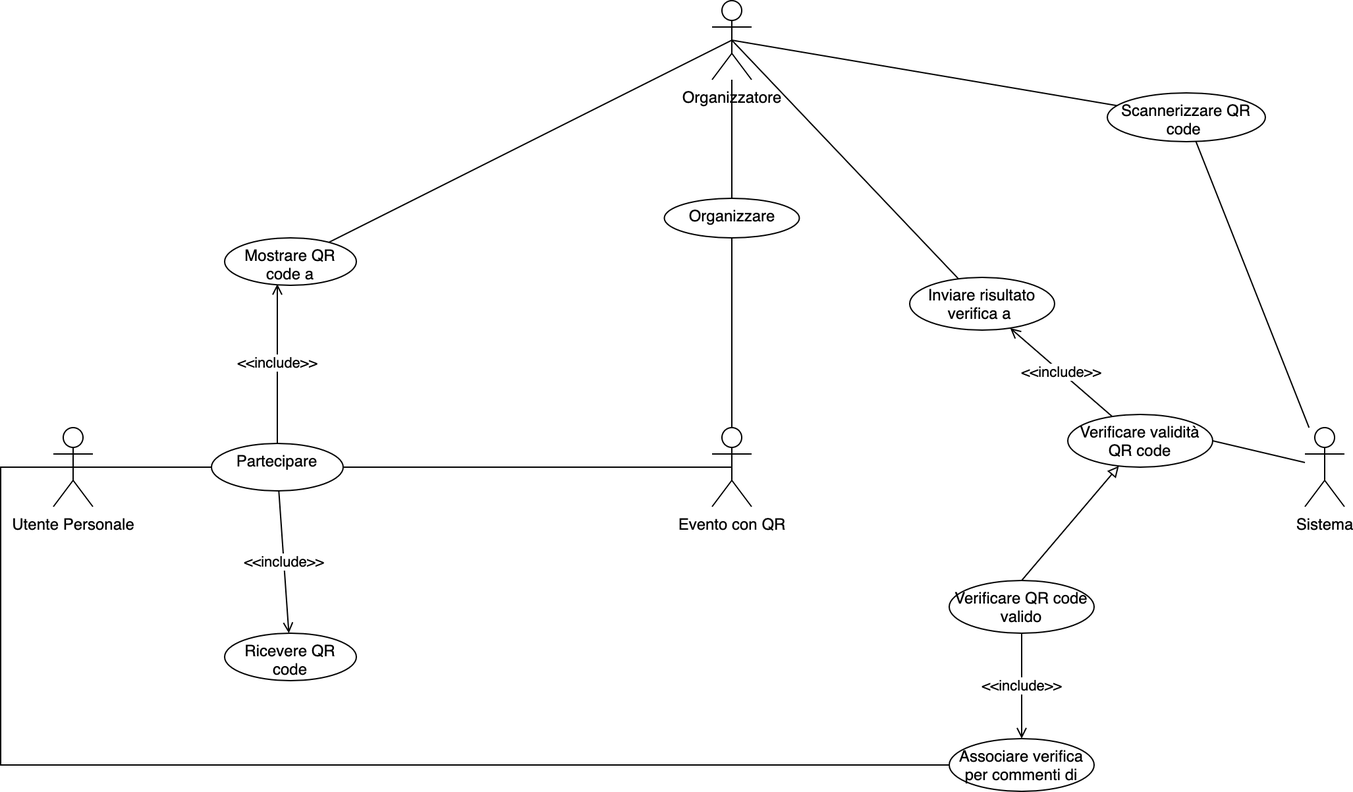
4spot-team/documentation keeps this draw.io diagram as UseCase/RF15_Iscrizione_Evento/QR_Code.png. Above is the earlier version. Source tidied: cells renumbered, new cells last; positions are measured from the earlier drawing's top-left corner, leaving out a move shared by most shapes. Its diagram source:
```xml
<mxGraphModel>
  <root>
    <mxCell id="0" />
    <mxCell id="1" parent="0" />
    <mxCell id="2" style="rounded=0;jettySize=auto;html=1;entryX=0;entryY=0.5;entryDx=0;entryDy=0;endArrow=none;endFill=0;exitX=0.5;exitY=0.5;exitDx=0;exitDy=0;exitPerimeter=0;" parent="1" edge="1" source="3" target="6">
      <mxGeometry relative="1" as="geometry" />
    </mxCell>
    <mxCell id="3" value="Utente Personale" style="shape=umlActor;verticalLabelPosition=bottom;verticalAlign=top;html=1;outlineConnect=0;" parent="1" vertex="1">
      <mxGeometry x="40" y="324" width="30" height="60" as="geometry" />
    </mxCell>
    <mxCell id="4" value="&amp;lt;&amp;lt;include&amp;gt;&amp;gt;" style="edgeStyle=none;rounded=0;jettySize=auto;html=1;endArrow=open;endFill=0;" parent="1" edge="1" source="6" target="13">
      <mxGeometry relative="1" as="geometry" />
    </mxCell>
    <mxCell id="5" value="&amp;lt;&amp;lt;include&amp;gt;&amp;gt;" style="edgeStyle=none;rounded=0;jettySize=auto;html=1;entryX=0.4;entryY=0.972;entryDx=0;entryDy=0;entryPerimeter=0;endArrow=open;endFill=0;" parent="1" edge="1" source="6" target="16">
      <mxGeometry relative="1" as="geometry" />
    </mxCell>
    <mxCell id="6" value="Partecipare" style="ellipse;whiteSpace=wrap;html=1;verticalAlign=top;" parent="1" vertex="1">
      <mxGeometry x="160" y="336" width="100" height="36" as="geometry" />
    </mxCell>
    <mxCell id="7" style="edgeStyle=none;rounded=0;jettySize=auto;html=1;endArrow=none;endFill=0;" parent="1" edge="1" source="9" target="12">
      <mxGeometry relative="1" as="geometry" />
    </mxCell>
    <mxCell id="8" style="edgeStyle=none;rounded=0;jettySize=auto;html=1;endArrow=none;endFill=0;startArrow=none;" parent="1" edge="1" source="19" target="18">
      <mxGeometry relative="1" as="geometry" />
    </mxCell>
    <mxCell id="9" value="Organizzatore" style="shape=umlActor;verticalLabelPosition=bottom;verticalAlign=top;html=1;outlineConnect=0;" parent="1" vertex="1">
      <mxGeometry x="540" width="30" height="60" as="geometry" />
    </mxCell>
    <mxCell id="10" value="Evento con QR" style="shape=umlActor;verticalLabelPosition=bottom;verticalAlign=top;html=1;outlineConnect=0;" parent="1" vertex="1">
      <mxGeometry x="540" y="324" width="30" height="60" as="geometry" />
    </mxCell>
    <mxCell id="11" style="edgeStyle=none;rounded=0;jettySize=auto;html=1;entryX=0.5;entryY=0;entryDx=0;entryDy=0;entryPerimeter=0;endArrow=none;endFill=0;" parent="1" edge="1" source="12" target="10">
      <mxGeometry relative="1" as="geometry" />
    </mxCell>
    <mxCell id="12" value="Organizzare" style="ellipse;whiteSpace=wrap;html=1;verticalAlign=top;" parent="1" vertex="1">
      <mxGeometry x="503.8" y="150" width="102.5" height="30" as="geometry" />
    </mxCell>
    <mxCell id="13" value="Ricevere QR code" style="ellipse;whiteSpace=wrap;html=1;verticalAlign=top;" parent="1" vertex="1">
      <mxGeometry x="170" y="480" width="100" height="36" as="geometry" />
    </mxCell>
    <mxCell id="14" style="edgeStyle=none;rounded=0;jettySize=auto;html=1;endArrow=none;endFill=0;entryX=0.5;entryY=0.5;entryDx=0;entryDy=0;entryPerimeter=0;exitX=1;exitY=0.5;exitDx=0;exitDy=0;" parent="1" edge="1" source="6" target="10">
      <mxGeometry relative="1" as="geometry" />
    </mxCell>
    <mxCell id="15" style="edgeStyle=none;rounded=0;jettySize=auto;html=1;entryX=0.5;entryY=0.5;entryDx=0;entryDy=0;entryPerimeter=0;endArrow=none;endFill=0;" parent="1" edge="1" source="16" target="9">
      <mxGeometry relative="1" as="geometry" />
    </mxCell>
    <mxCell id="16" value="Mostrare QR code a" style="ellipse;whiteSpace=wrap;html=1;verticalAlign=top;" parent="1" vertex="1">
      <mxGeometry x="170" y="180" width="100" height="36" as="geometry" />
    </mxCell>
    <mxCell id="17" style="edgeStyle=none;rounded=0;jettySize=auto;html=1;entryX=1;entryY=0.5;entryDx=0;entryDy=0;endArrow=none;endFill=0;" parent="1" edge="1" source="18" target="23">
      <mxGeometry relative="1" as="geometry" />
    </mxCell>
    <mxCell id="18" value="Sistema" style="shape=umlActor;verticalLabelPosition=bottom;verticalAlign=top;html=1;outlineConnect=0;" parent="1" vertex="1">
      <mxGeometry x="990" y="324" width="30" height="60" as="geometry" />
    </mxCell>
    <mxCell id="19" value="Scannerizzare QR code&amp;nbsp;" style="ellipse;whiteSpace=wrap;html=1;verticalAlign=top;" parent="1" vertex="1">
      <mxGeometry x="840" y="70" width="120" height="37" as="geometry" />
    </mxCell>
    <mxCell id="20" style="edgeStyle=none;rounded=0;jettySize=auto;html=1;endArrow=none;endFill=0;exitX=0.5;exitY=0.5;exitDx=0;exitDy=0;exitPerimeter=0;" parent="1" edge="1" source="9" target="19">
      <mxGeometry relative="1" as="geometry" />
    </mxCell>
    <mxCell id="21" value="&amp;lt;&amp;lt;include&amp;gt;&amp;gt;" style="edgeStyle=none;rounded=0;jettySize=auto;html=1;endArrow=open;endFill=0;" parent="1" edge="1" source="23" target="25">
      <mxGeometry relative="1" as="geometry" />
    </mxCell>
    <mxCell id="22" style="edgeStyle=none;rounded=0;jettySize=auto;html=1;endArrow=block;endFill=0;exitX=0.5;exitY=0;exitDx=0;exitDy=0;" parent="1" edge="1" source="27" target="23">
      <mxGeometry relative="1" as="geometry" />
    </mxCell>
    <mxCell id="23" value="Verificare validità QR code" style="ellipse;whiteSpace=wrap;html=1;verticalAlign=top;" parent="1" vertex="1">
      <mxGeometry x="810" y="314" width="110" height="40" as="geometry" />
    </mxCell>
    <mxCell id="24" style="edgeStyle=none;rounded=0;jettySize=auto;html=1;entryX=0.5;entryY=0.5;entryDx=0;entryDy=0;entryPerimeter=0;endArrow=none;endFill=0;" parent="1" edge="1" source="25" target="9">
      <mxGeometry relative="1" as="geometry" />
    </mxCell>
    <mxCell id="25" value="Inviare risultato verifica a&amp;nbsp;" style="ellipse;whiteSpace=wrap;html=1;verticalAlign=top;" parent="1" vertex="1">
      <mxGeometry x="690" y="210" width="110" height="40" as="geometry" />
    </mxCell>
    <mxCell id="26" value="&amp;lt;&amp;lt;include&amp;gt;&amp;gt;" style="edgeStyle=none;rounded=0;jettySize=auto;html=1;endArrow=open;endFill=0;" parent="1" edge="1" source="27" target="29">
      <mxGeometry relative="1" as="geometry" />
    </mxCell>
    <mxCell id="27" value="Verificare QR code valido" style="ellipse;whiteSpace=wrap;html=1;verticalAlign=top;" parent="1" vertex="1">
      <mxGeometry x="720" y="440" width="110" height="40" as="geometry" />
    </mxCell>
    <mxCell id="28" style="edgeStyle=orthogonalEdgeStyle;rounded=0;jettySize=auto;html=1;entryX=0.5;entryY=0.5;entryDx=0;entryDy=0;entryPerimeter=0;endArrow=none;endFill=0;" parent="1" edge="1" source="29" target="3">
      <mxGeometry relative="1" as="geometry">
        <Array as="points">
          <mxPoint y="580" />
          <mxPoint y="354" />
        </Array>
      </mxGeometry>
    </mxCell>
    <mxCell id="29" value="Associare verifica per commenti di" style="ellipse;whiteSpace=wrap;html=1;verticalAlign=top;" parent="1" vertex="1">
      <mxGeometry x="720" y="560" width="110" height="40" as="geometry" />
    </mxCell>
  </root>
</mxGraphModel>
```
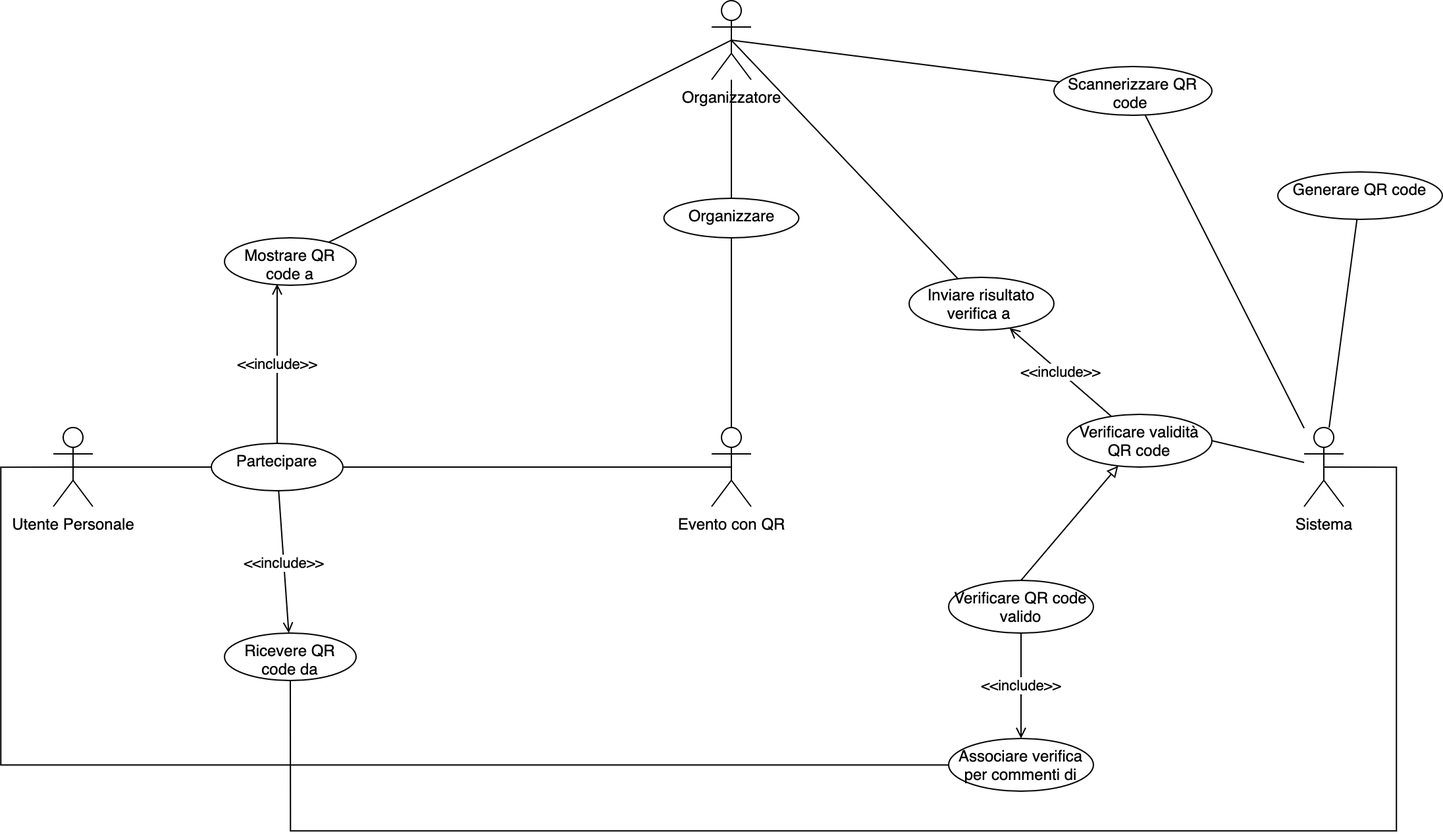
After the commit.

Commit message:
Revise use cases.

Change to the diagram source:
```diff
@@ -35,7 +35,16 @@
     <mxCell id="12" value="Organizzare" style="ellipse;whiteSpace=wrap;html=1;verticalAlign=top;" parent="1" vertex="1">
       <mxGeometry x="503.8" y="150" width="102.5" height="30" as="geometry" />
     </mxCell>
+    <mxCell id="30" style="edgeStyle=orthogonalEdgeStyle;rounded=0;jettySize=auto;html=1;entryX=0.5;entryY=0.5;entryDx=0;entryDy=0;entryPerimeter=0;endArrow=none;endFill=0;" parent="1" edge="1" source="13" target="18">
+      <mxGeometry relative="1" as="geometry">
+        <Array as="points">
+          <mxPoint x="220" y="630" />
+          <mxPoint x="1060" y="630" />
+          <mxPoint x="1060" y="354" />
+        </Array>
+      </mxGeometry>
+    </mxCell>
-    <mxCell id="13" value="Ricevere QR code" style="ellipse;whiteSpace=wrap;html=1;verticalAlign=top;" parent="1" vertex="1">
+    <mxCell id="13" value="Ricevere QR code da" style="ellipse;whiteSpace=wrap;html=1;verticalAlign=top;" parent="1" vertex="1">
       <mxGeometry x="170" y="480" width="100" height="36" as="geometry" />
     </mxCell>
     <mxCell id="14" style="edgeStyle=none;rounded=0;jettySize=auto;html=1;endArrow=none;endFill=0;entryX=0.5;entryY=0.5;entryDx=0;entryDy=0;entryPerimeter=0;exitX=1;exitY=0.5;exitDx=0;exitDy=0;" parent="1" edge="1" source="6" target="10">
@@ -50,11 +59,14 @@
     <mxCell id="17" style="edgeStyle=none;rounded=0;jettySize=auto;html=1;entryX=1;entryY=0.5;entryDx=0;entryDy=0;endArrow=none;endFill=0;" parent="1" edge="1" source="18" target="23">
       <mxGeometry relative="1" as="geometry" />
     </mxCell>
+    <mxCell id="31" style="edgeStyle=none;rounded=0;jettySize=auto;html=1;endArrow=none;endFill=0;" parent="1" edge="1" source="18" target="32">
+      <mxGeometry relative="1" as="geometry" />
+    </mxCell>
     <mxCell id="18" value="Sistema" style="shape=umlActor;verticalLabelPosition=bottom;verticalAlign=top;html=1;outlineConnect=0;" parent="1" vertex="1">
       <mxGeometry x="990" y="324" width="30" height="60" as="geometry" />
     </mxCell>
     <mxCell id="19" value="Scannerizzare QR code&amp;nbsp;" style="ellipse;whiteSpace=wrap;html=1;verticalAlign=top;" parent="1" vertex="1">
-      <mxGeometry x="840" y="70" width="120" height="37" as="geometry" />
+      <mxGeometry x="800" y="50" width="120" height="37" as="geometry" />
     </mxCell>
     <mxCell id="20" style="edgeStyle=none;rounded=0;jettySize=auto;html=1;endArrow=none;endFill=0;exitX=0.5;exitY=0.5;exitDx=0;exitDy=0;exitPerimeter=0;" parent="1" edge="1" source="9" target="19">
       <mxGeometry relative="1" as="geometry" />
@@ -91,5 +103,8 @@
     <mxCell id="29" value="Associare verifica per commenti di" style="ellipse;whiteSpace=wrap;html=1;verticalAlign=top;" parent="1" vertex="1">
       <mxGeometry x="720" y="560" width="110" height="40" as="geometry" />
     </mxCell>
+    <mxCell id="32" value="Generare QR code" style="ellipse;whiteSpace=wrap;html=1;verticalAlign=top;" parent="1" vertex="1">
+      <mxGeometry x="970" y="130" width="125" height="36" as="geometry" />
+    </mxCell>
   </root>
 </mxGraphModel>
```
